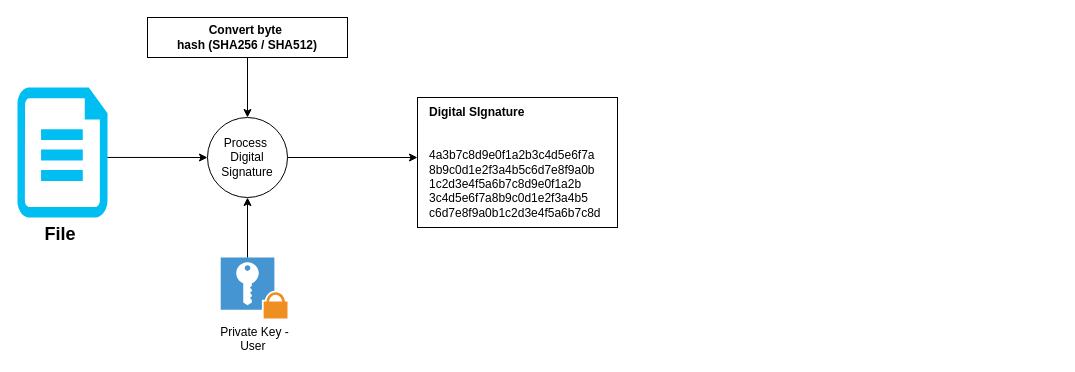
Earlier version of the draw.io diagram page "Konsep Dasar Digital Signature" (4 of 6) of design/architecture.drawio (dendie-sanjaya/digital-signature). Source tidied: cells renumbered, new cells numbered last; positions are measured from the earlier drawing's top-left corner, leaving out a move shared by most shapes. Both pictures are drawn from the tidied source at 100%, with x=0, y=0 at pixel (17, 17).
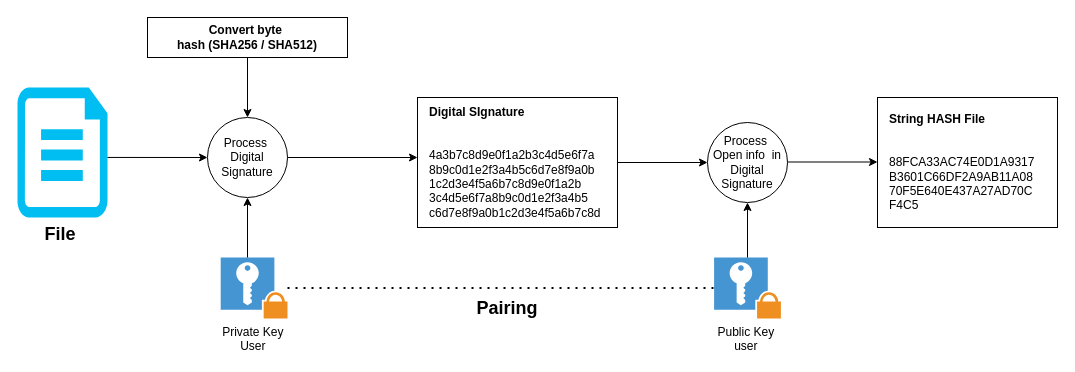
After the change.

Unchanged cells that the change refers to:
```xml
<mxCell id="11" style="rounded=0;whiteSpace=wrap;html=1;" parent="10" vertex="1">
  <mxGeometry width="200" height="130" as="geometry" />
</mxCell>
```

Diff of the diagram source:
```diff
@@
-    <mxCell id="5" value="Private Key - &lt;br&gt;User&amp;nbsp;" style="shadow=0;dashed=0;html=1;strokeColor=none;fillColor=#4495D1;labelPosition=center;verticalLabelPosition=bottom;verticalAlign=top;align=center;outlineConnect=0;shape=mxgraph.veeam.2d.private_key;" parent="1" vertex="1">
+    <mxCell id="5" value="Private Key&amp;nbsp;&lt;br&gt;User&amp;nbsp;" style="shadow=0;dashed=0;html=1;strokeColor=none;fillColor=#4495D1;labelPosition=center;verticalLabelPosition=bottom;verticalAlign=top;align=center;outlineConnect=0;shape=mxgraph.veeam.2d.private_key;" parent="1" vertex="1">
       <mxGeometry x="203.2" y="240" width="66.8" height="61" as="geometry" />
     </mxCell>
@@
+    <mxCell id="13" value="Process&amp;nbsp;&lt;br&gt;Open info&amp;nbsp; in Digital Signature" style="ellipse;whiteSpace=wrap;html=1;" parent="1" vertex="1">
+      <mxGeometry x="690" y="105" width="80" height="80" as="geometry" />
+    </mxCell>
+    <mxCell id="14" value="Public Key&amp;nbsp;&lt;br&gt;user&amp;nbsp;" style="shadow=0;dashed=0;html=1;strokeColor=none;fillColor=#4495D1;labelPosition=center;verticalLabelPosition=bottom;verticalAlign=top;align=center;outlineConnect=0;shape=mxgraph.veeam.2d.private_key;" parent="1" vertex="1">
+      <mxGeometry x="696.6" y="240" width="66.8" height="61" as="geometry" />
+    </mxCell>
+    <mxCell id="15" style="endArrow=classic;html=1;entryX=0;entryY=0.5;entryDx=0;entryDy=0;" parent="1" edge="1" source="11" target="13">
+      <mxGeometry relative="1" as="geometry" />
+    </mxCell>
+    <mxCell id="16" style="endArrow=classic;html=1;entryX=0.5;entryY=1;entryDx=0;entryDy=0;" parent="1" edge="1" source="14" target="13">
+      <mxGeometry relative="1" as="geometry" />
+    </mxCell>
+    <mxCell id="17" style="rounded=0;whiteSpace=wrap;html=1;" parent="1" vertex="1">
+      <mxGeometry x="860" y="80" width="180" height="130" as="geometry" />
+    </mxCell>
+    <mxCell id="18" value="&lt;b&gt;String HASH File&lt;br&gt;&lt;/b&gt;&lt;br&gt;&lt;br&gt;88FCA33AC74E0D1A9317&lt;br&gt;B3601C66DF2A9AB11A08&lt;br&gt;70F5E640E437A27AD70C&lt;br&gt;F4C5" style="text;html=1;strokeColor=none;fillColor=none;align=left;verticalAlign=middle;whiteSpace=wrap;rounded=0;" parent="1" vertex="1">
+      <mxGeometry x="870" y="135" width="100" height="20" as="geometry" />
+    </mxCell>
+    <mxCell id="19" style="endArrow=classic;html=1;entryX=0;entryY=0.5;entryDx=0;entryDy=0;" parent="1" edge="1">
+      <mxGeometry relative="1" as="geometry">
+        <mxPoint x="770" y="144.5" as="sourcePoint" />
+        <mxPoint x="860" y="144.5" as="targetPoint" />
+      </mxGeometry>
+    </mxCell>
+    <mxCell id="20" style="endArrow=none;dashed=1;html=1;dashPattern=1 3;strokeWidth=2;" parent="1" edge="1" source="5" target="14">
+      <mxGeometry relative="1" as="geometry" />
+    </mxCell>
+    <mxCell id="21" value="&lt;b&gt;&lt;font style=&quot;font-size: 18px&quot;&gt;Pairing&lt;/font&gt;&lt;/b&gt;" style="text;html=1;strokeColor=none;fillColor=none;align=center;verticalAlign=middle;whiteSpace=wrap;rounded=0;" parent="1" vertex="1">
+      <mxGeometry x="470" y="281" width="40" height="20" as="geometry" />
+    </mxCell>
```
